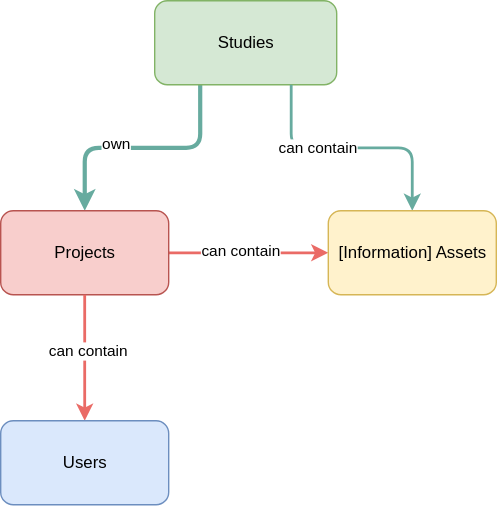
This is web/public/entity_diagram.drawio.svg from ucl-arc-tre/portal, a draw.io export, as it was before one commit. Source tidied: cells renumbered, new cells last; positions are measured from the earlier drawing's top-left corner, leaving out a move shared by most shapes.
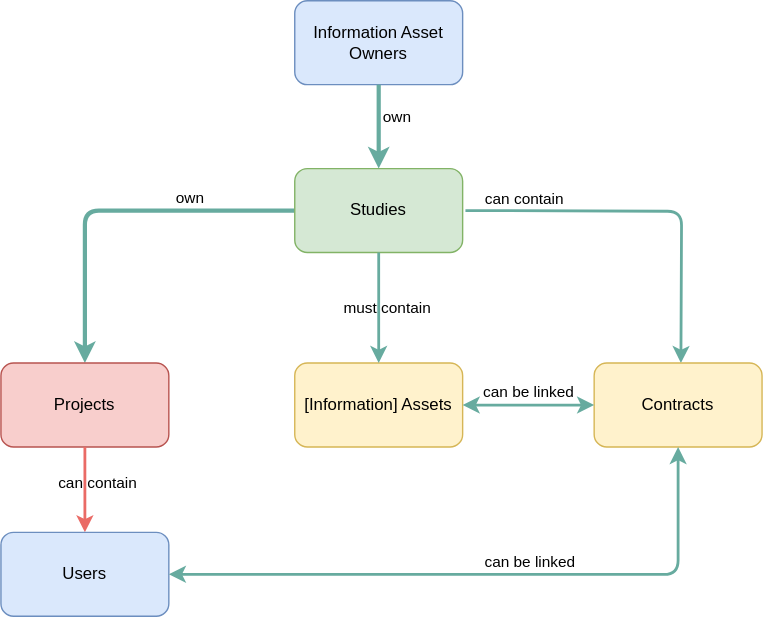
The same file after the commit.

Commit message:
Update glossary pic (#494)

* rm old

* add new

* rm again

* add again

Change to the diagram source:
```diff
@@ -2,43 +2,91 @@
   <root>
     <mxCell id="0" />
     <mxCell id="1" parent="0" />
-    <mxCell id="2" style="edgeStyle=orthogonalEdgeStyle;rounded=1;jettySize=auto;html=1;exitX=0.25;exitY=1;exitDx=0;exitDy=0;strokeColor=#67AB9F;strokeWidth=3;curved=0;" parent="1" edge="1" source="4" target="9">
+    <mxCell id="2" style="edgeStyle=orthogonalEdgeStyle;rounded=1;jettySize=auto;html=1;exitX=0;exitY=0.5;exitDx=0;exitDy=0;strokeColor=#67AB9F;strokeWidth=3;curved=0;" parent="1" edge="1" source="4" target="9">
       <mxGeometry relative="1" as="geometry" />
     </mxCell>
-    <mxCell id="3" value="own" style="edgeLabel;html=1;align=center;verticalAlign=middle;" parent="2" vertex="1">
-      <mxGeometry x="0.22" y="-3" relative="1" as="geometry" />
+    <mxCell id="3" value="own" style="edgeLabel;html=1;align=center;verticalAlign=middle;labelBackgroundColor=none;" parent="2" vertex="1">
+      <mxGeometry x="0.22" y="-3" relative="1" as="geometry">
+        <mxPoint x="78" y="-18" as="offset" />
+      </mxGeometry>
     </mxCell>
     <mxCell id="4" value="Studies" style="rounded=1;whiteSpace=wrap;html=1;fillColor=#D5E8D4;strokeColor=#82b366;" parent="1" vertex="1">
-      <mxGeometry x="110" width="130" height="60" as="geometry" />
+      <mxGeometry x="170" y="-10" width="120" height="60" as="geometry" />
     </mxCell>
-    <mxCell id="5" style="edgeStyle=orthogonalEdgeStyle;rounded=1;jettySize=auto;html=1;exitX=0.75;exitY=1;exitDx=0;exitDy=0;strokeWidth=2;strokeColor=#67AB9F;curved=0;" parent="1" edge="1" source="4" target="12">
-      <mxGeometry relative="1" as="geometry" />
+    <mxCell id="5" style="edgeStyle=orthogonalEdgeStyle;rounded=1;orthogonalLoop=1;jettySize=auto;html=1;exitX=1;exitY=0.5;exitDx=0;exitDy=0;strokeWidth=2;strokeColor=#67AB9F;curved=0;entryX=0.5;entryY=0;entryDx=0;entryDy=0;" parent="1" edge="1">
+      <mxGeometry relative="1" as="geometry">
+        <mxPoint x="292" y="20" as="sourcePoint" />
+        <mxPoint x="446" y="129" as="targetPoint" />
+      </mxGeometry>
     </mxCell>
-    <mxCell id="6" value="can contain" style="edgeLabel;html=1;align=center;verticalAlign=middle;" parent="5" vertex="1">
+    <mxCell id="6" value="can contain" style="edgeLabel;html=1;align=center;verticalAlign=middle;labelBackgroundColor=none;" parent="5" vertex="1">
       <mxGeometry x="-0.29" relative="1" as="geometry">
-        <mxPoint x="1" as="offset" />
+        <mxPoint x="-51" y="-9" as="offset" />
       </mxGeometry>
     </mxCell>
-    <mxCell id="7" style="edgeStyle=orthogonalEdgeStyle;rounded=0;jettySize=auto;html=1;exitX=1;exitY=0.5;exitDx=0;exitDy=0;entryX=0;entryY=0.5;entryDx=0;entryDy=0;strokeWidth=2;strokeColor=#EA6B66;" parent="1" edge="1" source="9" target="12">
-      <mxGeometry relative="1" as="geometry" />
-    </mxCell>
-    <mxCell id="8" value="can contain" style="edgeLabel;html=1;align=center;verticalAlign=middle;" parent="7" vertex="1">
-      <mxGeometry x="-0.11" y="2" relative="1" as="geometry" />
-    </mxCell>
     <mxCell id="9" value="Projects" style="whiteSpace=wrap;html=1;rounded=1;fillColor=#f8cecc;strokeColor=#b85450;" parent="1" vertex="1">
-      <mxGeometry y="150" width="120" height="60" as="geometry" />
+      <mxGeometry x="-40" y="129" width="120" height="60" as="geometry" />
     </mxCell>
     <mxCell id="10" style="edgeStyle=orthogonalEdgeStyle;rounded=0;jettySize=auto;html=1;exitX=0.5;exitY=1;exitDx=0;exitDy=0;strokeWidth=2;strokeColor=#EA6B66;" parent="1" edge="1" source="9" target="13">
       <mxGeometry relative="1" as="geometry" />
     </mxCell>
-    <mxCell id="11" value="can contain" style="edgeLabel;html=1;align=center;verticalAlign=middle;" parent="10" vertex="1">
-      <mxGeometry x="-0.13" y="2" relative="1" as="geometry" />
+    <mxCell id="11" value="can contain" style="edgeLabel;html=1;align=center;verticalAlign=middle;labelBackgroundColor=none;" parent="10" vertex="1">
+      <mxGeometry x="-0.13" y="2" relative="1" as="geometry">
+        <mxPoint x="7" y="-1" as="offset" />
+      </mxGeometry>
     </mxCell>
     <mxCell id="12" value="[Information] Assets" style="whiteSpace=wrap;html=1;rounded=1;fillColor=#fff2cc;strokeColor=#d6b656;" parent="1" vertex="1">
-      <mxGeometry x="234" y="150" width="120" height="60" as="geometry" />
+      <mxGeometry x="170" y="129" width="120" height="60" as="geometry" />
     </mxCell>
     <mxCell id="13" value="Users" style="whiteSpace=wrap;html=1;rounded=1;fillColor=#dae8fc;strokeColor=#6c8ebf;" parent="1" vertex="1">
-      <mxGeometry y="300" width="120" height="60" as="geometry" />
+      <mxGeometry x="-40" y="250" width="120" height="60" as="geometry" />
     </mxCell>
+    <mxCell id="14" value="Contracts" style="whiteSpace=wrap;html=1;rounded=1;fillColor=#fff2cc;strokeColor=#d6b656;" parent="1" vertex="1">
+      <mxGeometry x="384" y="129" width="120" height="60" as="geometry" />
+    </mxCell>
+    <mxCell id="15" style="edgeStyle=orthogonalEdgeStyle;rounded=1;jettySize=auto;html=1;strokeWidth=2;strokeColor=#67AB9F;curved=0;entryX=0.5;entryY=0;entryDx=0;entryDy=0;exitX=0.5;exitY=1;exitDx=0;exitDy=0;" parent="1" edge="1" source="4" target="12">
+      <mxGeometry relative="1" as="geometry">
+        <Array as="points">
+          <mxPoint x="230" y="50" />
+          <mxPoint x="230" y="50" />
+        </Array>
+      </mxGeometry>
+    </mxCell>
+    <mxCell id="16" value="must contain" style="edgeLabel;html=1;align=center;verticalAlign=middle;labelBackgroundColor=none;" parent="15" vertex="1">
+      <mxGeometry x="-0.29" relative="1" as="geometry">
+        <mxPoint x="6" y="12" as="offset" />
+      </mxGeometry>
+    </mxCell>
+    <mxCell id="17" style="edgeStyle=orthogonalEdgeStyle;rounded=1;jettySize=auto;html=1;strokeWidth=2;strokeColor=#67AB9F;curved=0;startArrow=classic;startFill=1;entryX=0;entryY=0.5;entryDx=0;entryDy=0;" parent="1" edge="1" source="12" target="14">
+      <mxGeometry relative="1" as="geometry" />
+    </mxCell>
+    <mxCell id="18" value="can be linked" style="edgeLabel;html=1;align=center;verticalAlign=middle;labelBackgroundColor=none;" parent="17" vertex="1">
+      <mxGeometry x="-0.29" relative="1" as="geometry">
+        <mxPoint x="13" y="-9" as="offset" />
+      </mxGeometry>
+    </mxCell>
+    <mxCell id="19" style="edgeStyle=orthogonalEdgeStyle;rounded=1;jettySize=auto;html=1;exitX=0.5;exitY=1;exitDx=0;exitDy=0;strokeWidth=2;strokeColor=#67AB9F;curved=0;entryX=1;entryY=0.5;entryDx=0;entryDy=0;startArrow=classic;startFill=1;endArrow=classic;endFill=1;" parent="1" edge="1" source="14" target="13">
+      <mxGeometry relative="1" as="geometry">
+        <Array as="points">
+          <mxPoint x="444" y="280" />
+        </Array>
+      </mxGeometry>
+    </mxCell>
+    <mxCell id="20" value="can be linked" style="edgeLabel;html=1;align=center;verticalAlign=middle;labelBackgroundColor=none;" parent="19" vertex="1">
+      <mxGeometry x="-0.29" relative="1" as="geometry">
+        <mxPoint x="-37" y="-9" as="offset" />
+      </mxGeometry>
+    </mxCell>
+    <mxCell id="21" value="Information Asset Owners" style="whiteSpace=wrap;html=1;rounded=1;fillColor=#dae8fc;strokeColor=#6c8ebf;" parent="1" vertex="1">
+      <mxGeometry x="170" y="-130" width="120" height="60" as="geometry" />
+    </mxCell>
+    <mxCell id="22" style="edgeStyle=orthogonalEdgeStyle;rounded=1;jettySize=auto;html=1;exitX=0.5;exitY=1;exitDx=0;exitDy=0;strokeColor=#67AB9F;strokeWidth=3;curved=0;entryX=0.5;entryY=0;entryDx=0;entryDy=0;" parent="1" edge="1" source="21" target="4">
+      <mxGeometry relative="1" as="geometry" />
+    </mxCell>
+    <mxCell id="23" value="own" style="edgeLabel;html=1;align=center;verticalAlign=middle;labelBackgroundColor=none;" parent="22" vertex="1">
+      <mxGeometry x="0.22" y="-3" relative="1" as="geometry">
+        <mxPoint x="16" y="-14" as="offset" />
+      </mxGeometry>
+    </mxCell>
   </root>
 </mxGraphModel>
```
